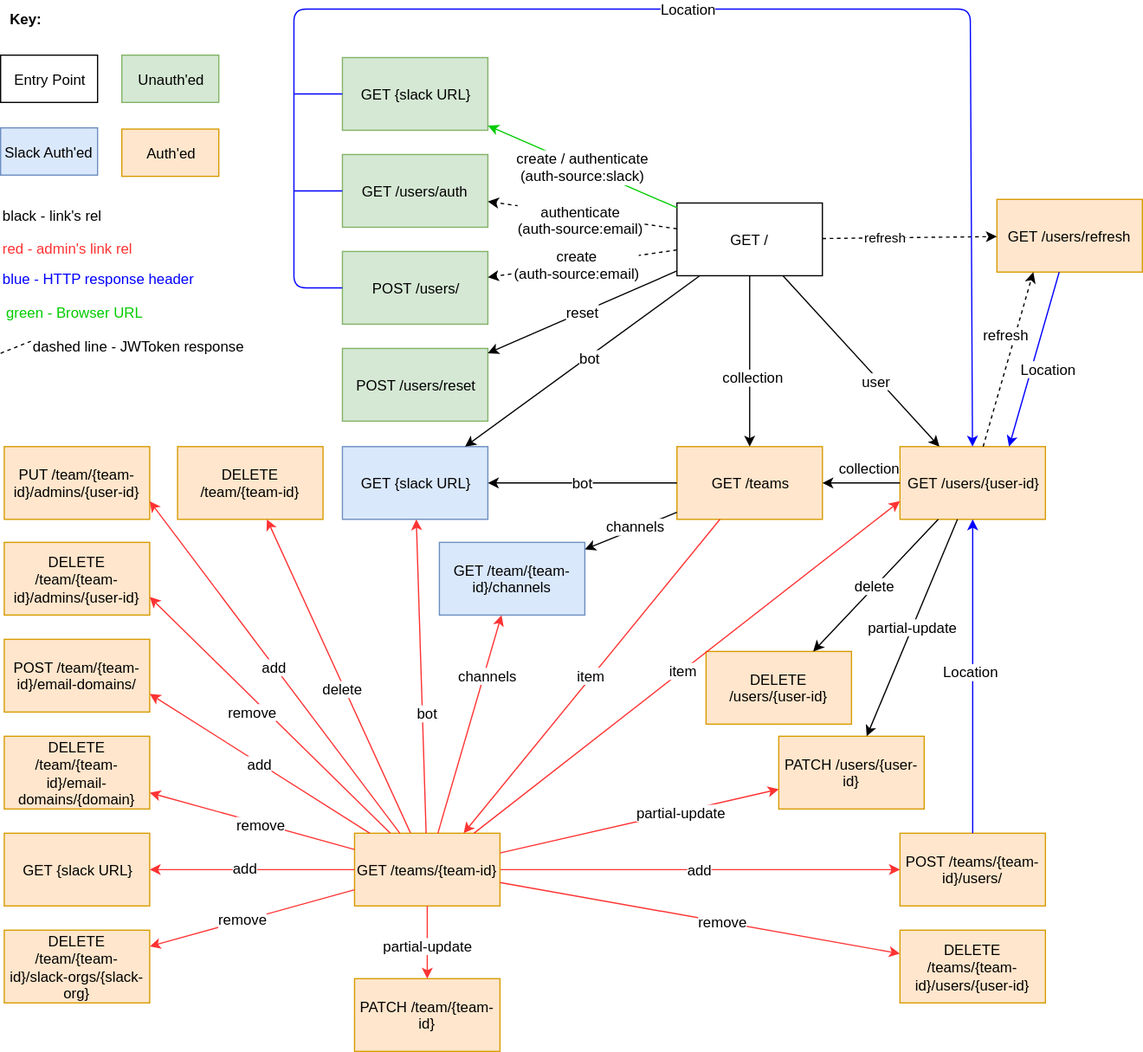
Above: docs/OC-Auth-REST-API.svg in open-company/open-company-auth (draw.io), before the change. Source tidied: cells renumbered, new cells last; positions are measured from the earlier drawing's top-left corner, leaving out a move shared by most shapes.
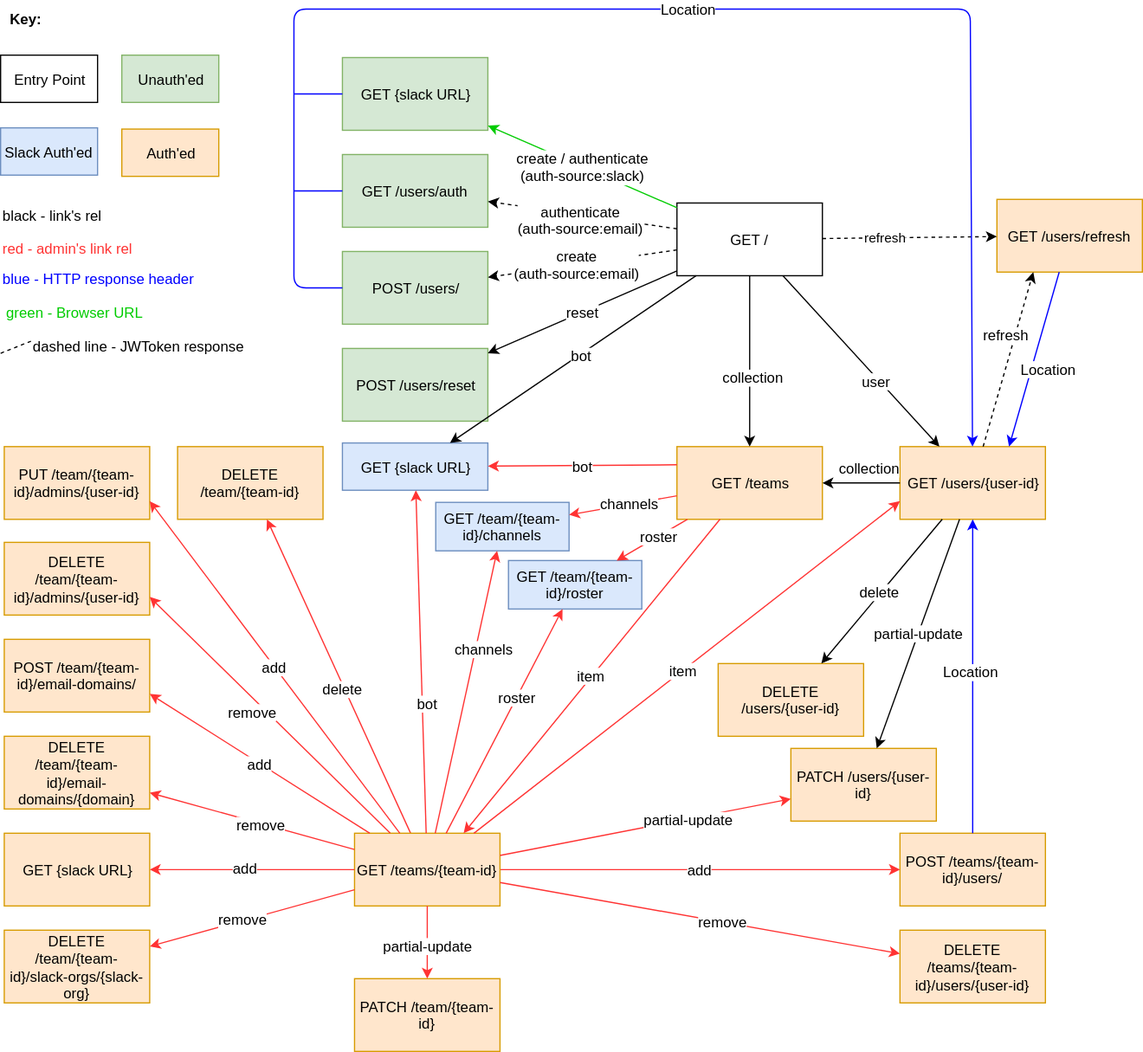
Above is the later version.

Commit message:
Update roster request to include Slack team members that are not in OC yet.

Diff of the diagram source:
```diff
@@ -40,16 +40,16 @@
       <mxGeometry x="-0.28" relative="1" as="geometry" />
     </mxCell>
     <mxCell id="13" value="&lt;span&gt;GET {slack URL}&lt;/span&gt;" style="whiteSpace=wrap;html=1;fillColor=#dae8fc;strokeColor=#6c8ebf;" parent="1" vertex="1">
-      <mxGeometry x="282" y="363" width="120" height="60" as="geometry" />
+      <mxGeometry x="282" y="360" width="120" height="39" as="geometry" />
     </mxCell>
     <mxCell id="14" value="PATCH /users/{user-id}" style="whiteSpace=wrap;html=1;fillColor=#ffe6cc;strokeColor=#d79b00;" parent="1" vertex="1">
-      <mxGeometry x="642" y="602" width="120" height="60" as="geometry" />
+      <mxGeometry x="652" y="612" width="120" height="60" as="geometry" />
     </mxCell>
     <mxCell id="15" value="&lt;span&gt;POST /teams/{team-id}/users/&lt;/span&gt;" style="whiteSpace=wrap;html=1;fillColor=#ffe6cc;strokeColor=#d79b00;" parent="1" vertex="1">
       <mxGeometry x="742" y="682" width="120" height="60" as="geometry" />
     </mxCell>
     <mxCell id="16" value="GET /team/{team-id}/channels" style="whiteSpace=wrap;html=1;fillColor=#dae8fc;strokeColor=#6c8ebf;" parent="1" vertex="1">
-      <mxGeometry x="362" y="442" width="120" height="60" as="geometry" />
+      <mxGeometry x="359" y="409" width="110" height="40" as="geometry" />
     </mxCell>
     <mxCell id="17" value="GET /teams" style="whiteSpace=wrap;html=1;fillColor=#ffe6cc;strokeColor=#d79b00;" parent="1" vertex="1">
       <mxGeometry x="558" y="363" width="120" height="60" as="geometry" />
@@ -138,7 +138,7 @@
       <mxGeometry x="0.04" y="2" relative="1" as="geometry" />
     </mxCell>
     <mxCell id="44" value="DELETE /users/{user-id}" style="whiteSpace=wrap;html=1;fillColor=#ffe6cc;strokeColor=#d79b00;" parent="1" vertex="1">
-      <mxGeometry x="582" y="532" width="120" height="60" as="geometry" />
+      <mxGeometry x="592" y="542" width="120" height="60" as="geometry" />
     </mxCell>
     <mxCell id="45" style="endArrow=classic;html=1;strokeColor=#FF3333;fontSize=12;entryX=0;entryY=0.75;" parent="1" edge="1" source="40" target="20">
       <mxGeometry relative="1" as="geometry" />
@@ -248,7 +248,7 @@
         <mxPoint x="20" y="-55" as="offset" />
       </mxGeometry>
     </mxCell>
-    <mxCell id="75" style="endArrow=classic;html=1;strokeColor=#000000;fontSize=12;fontColor=#FF3333;" parent="1" edge="1" source="17" target="16">
+    <mxCell id="75" style="endArrow=classic;html=1;strokeColor=#FF3333;fontSize=12;fontColor=#FF3333;" parent="1" edge="1" source="17" target="16">
       <mxGeometry relative="1" as="geometry" />
     </mxCell>
     <mxCell id="76" value="&lt;font color=&quot;#000000&quot;&gt;channels&lt;/font&gt;" style="text;html=1;align=center;verticalAlign=middle;labelBackgroundColor=#ffffff;fontSize=12;fontColor=#FF3333;" parent="75" vertex="1">
@@ -256,7 +256,7 @@
         <mxPoint x="-7" y="-3" as="offset" />
       </mxGeometry>
     </mxCell>
-    <mxCell id="77" value="&lt;font color=&quot;#000000&quot;&gt;bot&lt;/font&gt;" style="endArrow=classic;html=1;strokeColor=#000000;fontSize=12;fontColor=#FF3333;" parent="1" edge="1" source="17" target="13">
+    <mxCell id="77" value="&lt;font color=&quot;#000000&quot;&gt;bot&lt;/font&gt;" style="endArrow=classic;html=1;strokeColor=#FF3333;fontSize=12;fontColor=#FF3333;exitX=0;exitY=0.25;" parent="1" edge="1" source="17" target="13">
       <mxGeometry relative="1" as="geometry" />
     </mxCell>
     <mxCell id="78" style="endArrow=classic;html=1;strokeColor=#FF3333;fontSize=12;fontColor=#FF3333;" parent="1" edge="1" source="40" target="13">
@@ -303,5 +303,20 @@
     <mxCell id="91" value="&lt;font color=&quot;#00cc00&quot;&gt;green - Browser URL&lt;/font&gt;" style="text;html=1;strokeColor=none;fillColor=none;align=left;verticalAlign=middle;whiteSpace=wrap;" parent="1" vertex="1">
       <mxGeometry x="3" y="242" width="170" height="20" as="geometry" />
     </mxCell>
+    <mxCell id="92" value="GET /team/{team-id}/roster" style="whiteSpace=wrap;html=1;fillColor=#dae8fc;strokeColor=#6c8ebf;" parent="1" vertex="1">
+      <mxGeometry x="419" y="457" width="110" height="40" as="geometry" />
+    </mxCell>
+    <mxCell id="93" style="endArrow=classic;html=1;strokeColor=#FF3333;fontSize=12;fontColor=#000000;" parent="1" edge="1" source="17" target="92">
+      <mxGeometry relative="1" as="geometry" />
+    </mxCell>
+    <mxCell id="94" value="roster" style="text;html=1;align=center;verticalAlign=middle;labelBackgroundColor=#ffffff;fontSize=12;fontColor=#000000;" parent="93" vertex="1">
+      <mxGeometry x="-0.19" relative="1" as="geometry" />
+    </mxCell>
+    <mxCell id="95" style="endArrow=classic;html=1;strokeColor=#FF3333;fontSize=12;fontColor=#000000;" parent="1" edge="1" source="40" target="92">
+      <mxGeometry relative="1" as="geometry" />
+    </mxCell>
+    <mxCell id="96" value="roster" style="text;html=1;align=center;verticalAlign=middle;labelBackgroundColor=#ffffff;fontSize=12;fontColor=#000000;" parent="95" vertex="1">
+      <mxGeometry x="0.22" relative="1" as="geometry" />
+    </mxCell>
   </root>
 </mxGraphModel>
```
